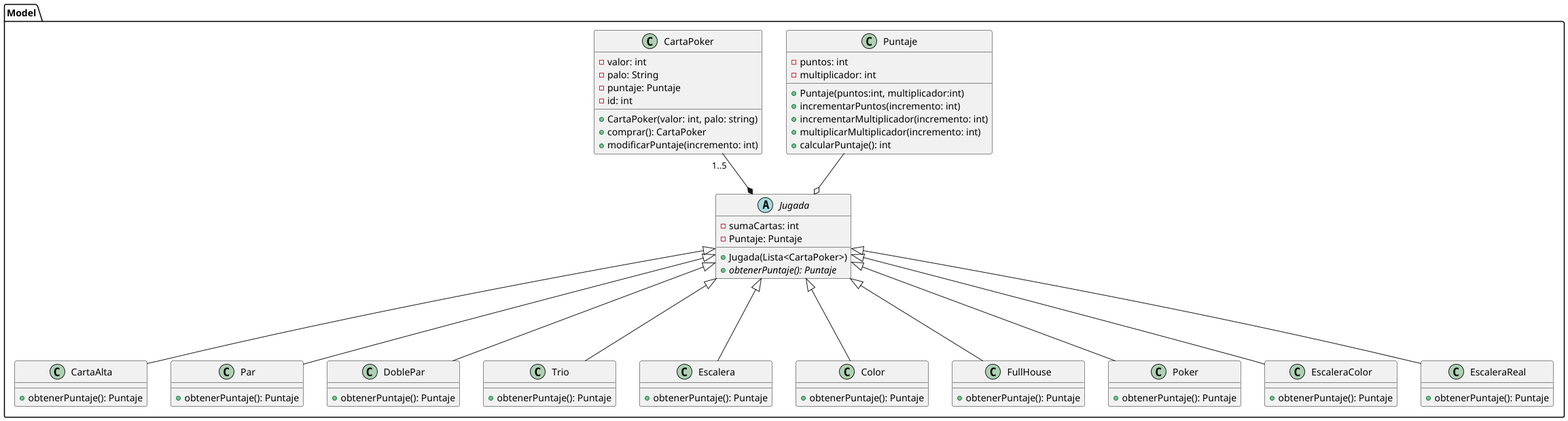
Above: diagrams/classes/clasesBalatro4.png in carruizdiaz1109/UBAlatro (PlantUML), before the change. Its source is kept beside it as diagrams/classes/clasesBalatro4.puml. Source of this version:
```plantuml
@startuml
package Model {

    class Puntaje {
        - puntos: int
        - multiplicador: int
        + Puntaje(puntos:int, multiplicador:int)
        + incrementarPuntos(incremento: int)
        + incrementarMultiplicador(incremento: int)
        + multiplicarMultiplicador(incremento: int)
        + calcularPuntaje(): int
    }

   class CartaPoker {
       - valor: int
       - palo: String
       - puntaje: Puntaje
       - id: int
       + CartaPoker(valor: int, palo: string)
       + comprar(): CartaPoker
       + modificarPuntaje(incremento: int)
   }

    abstract class Jugada {
        - sumaCartas: int
        - Puntaje: Puntaje
        + Jugada(Lista<CartaPoker>)
        + {abstract} obtenerPuntaje(): Puntaje
    }

    class CartaAlta {
        + obtenerPuntaje(): Puntaje
    }

    class Par {
    + obtenerPuntaje(): Puntaje
    }

    class DoblePar {
    + obtenerPuntaje(): Puntaje
    }

    class Trio {
    + obtenerPuntaje(): Puntaje
    }

    class Escalera {
    + obtenerPuntaje(): Puntaje
    }

    class Color {
    + obtenerPuntaje(): Puntaje
    }

    class FullHouse {
    + obtenerPuntaje(): Puntaje
    }

    class Poker {
    + obtenerPuntaje(): Puntaje
    }

    class EscaleraColor {
    + obtenerPuntaje(): Puntaje
    }

    class EscaleraReal {
    + obtenerPuntaje(): Puntaje
    }

    Jugada *-up- "1..5"CartaPoker
    Jugada o-up- Puntaje

    CartaAlta -up--|> Jugada
    Par -up--|> Jugada
    DoblePar -up--|> Jugada
    Trio -up--|> Jugada
    Escalera -up--|> Jugada
    Color -up--|> Jugada
    FullHouse -up--|> Jugada
    Poker -up--|> Jugada
    EscaleraColor -up--|> Jugada
    EscaleraReal -up--|> Jugada
    }
}
@enduml
```
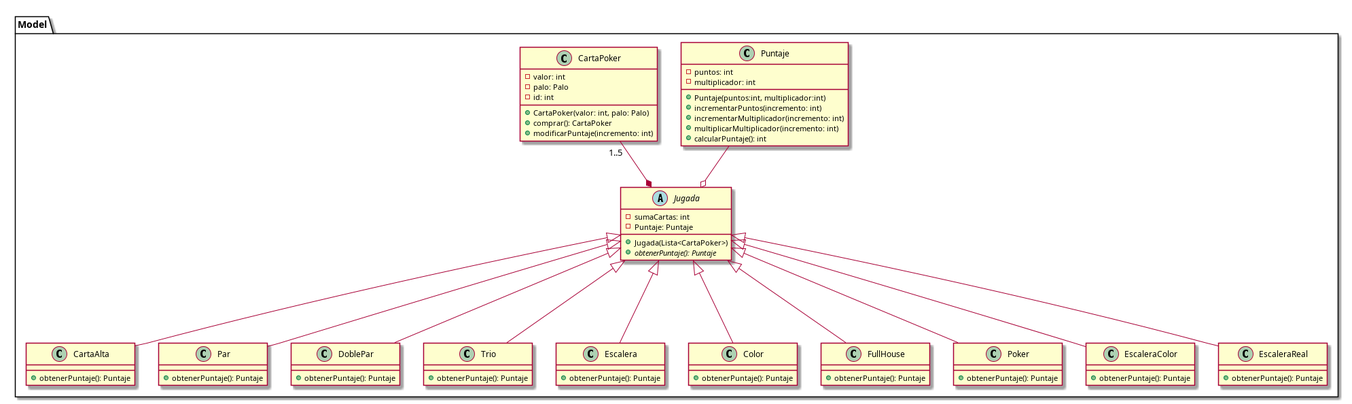
After the change.

What changed in the source:
```diff
@@ -13,10 +13,9 @@
 
    class CartaPoker {
        - valor: int
-       - palo: String
-       - puntaje: Puntaje
+       - palo: Palo
        - id: int
-       + CartaPoker(valor: int, palo: string)
+       + CartaPoker(valor: int, palo: Palo)
        + comprar(): CartaPoker
        + modificarPuntaje(incremento: int)
    }
@@ -81,6 +80,6 @@
     Poker -up--|> Jugada
     EscaleraColor -up--|> Jugada
     EscaleraReal -up--|> Jugada
-    }
+
 }
 @enduml
```
